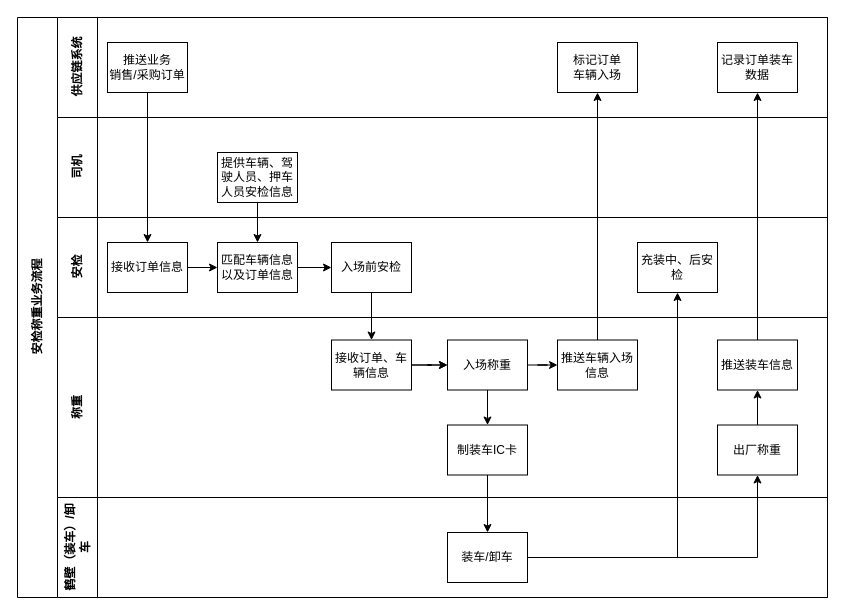
The draw.io diagram 安检称重业务流程.drawio in daijingjing/daijingjing.github.io, before the edit. Source tidied: cells renumbered, new cells numbered last; positions are measured from the earlier drawing's top-left corner, leaving out a move shared by most shapes. Both pictures are drawn from the tidied source at 100%, with x=0, y=0 at pixel (17, 17).
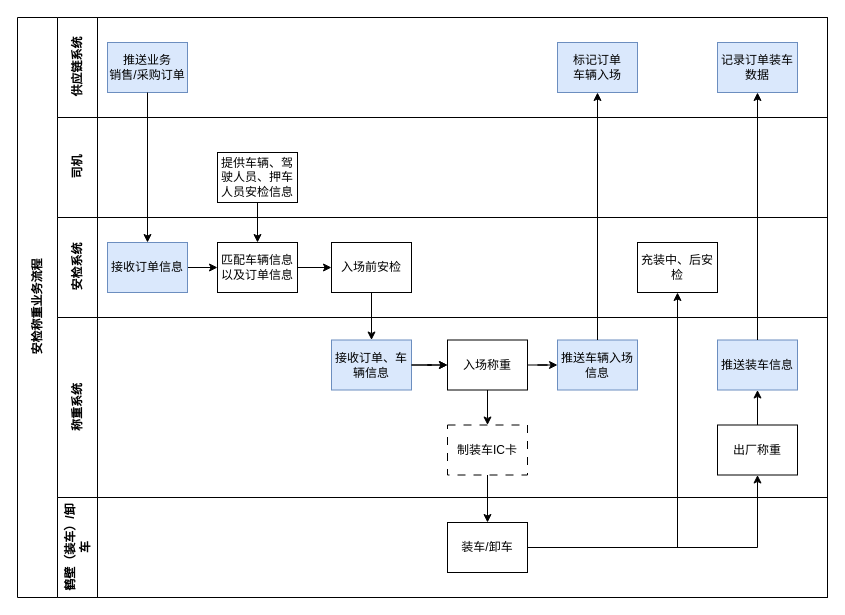
After the change.

Commit message (it also covers changes not shown here):
更新安检称重业务流程.drawio

Unchanged cells that the change refers to:
```xml
<mxCell id="2" value="安检称重业务流程" style="swimlane;html=1;horizontal=0;startSize=40;" parent="1" vertex="1">
  <mxGeometry width="810" height="580" as="geometry" />
</mxCell>
<mxCell id="3" value="供应链系统" style="swimlane;html=1;startSize=40;horizontal=0;" parent="2" vertex="1">
  <mxGeometry x="40" width="770" height="100" as="geometry" />
</mxCell>
<mxCell id="33" value="鹤壁（装车）/卸车" style="swimlane;horizontal=0;whiteSpace=wrap;html=1;startSize=40;" parent="2" vertex="1">
  <mxGeometry x="40" y="480" width="770" height="100" as="geometry" />
</mxCell>
```

Change to the diagram source:
```diff
@@
-    <mxCell id="4" value="推送业务&lt;div&gt;销售/采购订单&lt;/div&gt;" style="rounded=0;whiteSpace=wrap;html=1;fontFamily=Helvetica;fontSize=12;fontColor=#000000;align=center;" parent="3" vertex="1">
+    <mxCell id="4" value="推送业务&lt;div&gt;销售/采购订单&lt;/div&gt;" style="rounded=0;whiteSpace=wrap;html=1;fontFamily=Helvetica;fontSize=12;align=center;fillColor=#dae8fc;strokeColor=#6c8ebf;" parent="3" vertex="1">
       <mxGeometry x="50" y="25" width="80" height="50" as="geometry" />
     </mxCell>
-    <mxCell id="5" value="标记订单&lt;div&gt;车辆入场&lt;/div&gt;" style="whiteSpace=wrap;html=1;fontColor=#000000;rounded=0;" parent="3" vertex="1">
+    <mxCell id="5" value="标记订单&lt;div&gt;车辆入场&lt;/div&gt;" style="whiteSpace=wrap;html=1;rounded=0;fillColor=#dae8fc;strokeColor=#6c8ebf;" parent="3" vertex="1">
       <mxGeometry x="500" y="25" width="80" height="50" as="geometry" />
     </mxCell>
-    <mxCell id="6" value="记录订单装车数据" style="whiteSpace=wrap;html=1;fontColor=#000000;rounded=0;" parent="3" vertex="1">
+    <mxCell id="6" value="记录订单装车数据" style="whiteSpace=wrap;html=1;rounded=0;fillColor=#dae8fc;strokeColor=#6c8ebf;" parent="3" vertex="1">
       <mxGeometry x="660" y="25" width="80" height="50" as="geometry" />
     </mxCell>
@@
-    <mxCell id="9" value="安检" style="swimlane;html=1;startSize=40;horizontal=0;" parent="2" vertex="1">
+    <mxCell id="9" value="安检系统" style="swimlane;html=1;startSize=40;horizontal=0;" parent="2" vertex="1">
       <mxGeometry x="40" y="200" width="770" height="100" as="geometry" />
     </mxCell>
@@
-    <mxCell id="11" value="接收订单信息" style="rounded=0;whiteSpace=wrap;html=1;fontFamily=Helvetica;fontSize=12;fontColor=#000000;align=center;" parent="9" vertex="1">
+    <mxCell id="11" value="接收订单信息" style="rounded=0;whiteSpace=wrap;html=1;fontFamily=Helvetica;fontSize=12;align=center;fillColor=#dae8fc;strokeColor=#6c8ebf;" parent="9" vertex="1">
       <mxGeometry x="50" y="25" width="80" height="50" as="geometry" />
     </mxCell>
@@
-    <mxCell id="16" value="称重" style="swimlane;horizontal=0;whiteSpace=wrap;html=1;startSize=40;" parent="2" vertex="1">
+    <mxCell id="16" value="称重系统" style="swimlane;horizontal=0;whiteSpace=wrap;html=1;startSize=40;" parent="2" vertex="1">
       <mxGeometry x="40" y="300" width="770" height="180" as="geometry" />
     </mxCell>
-    <mxCell id="17" value="接收订单、车辆信息" style="rounded=0;whiteSpace=wrap;html=1;fontFamily=Helvetica;fontSize=12;fontColor=#000000;align=center;" parent="16" vertex="1">
+    <mxCell id="17" value="接收订单、车辆信息" style="rounded=0;whiteSpace=wrap;html=1;fontFamily=Helvetica;fontSize=12;align=center;fillColor=#dae8fc;strokeColor=#6c8ebf;" parent="16" vertex="1">
       <mxGeometry x="274" y="22.5" width="80" height="50" as="geometry" />
     </mxCell>
@@
-    <mxCell id="22" value="制装车IC卡" style="whiteSpace=wrap;html=1;fontColor=#000000;rounded=0;" parent="16" vertex="1">
+    <mxCell id="22" value="制装车IC卡" style="whiteSpace=wrap;html=1;fontColor=#000000;rounded=0;dashed=1;dashPattern=8 8;" parent="16" vertex="1">
       <mxGeometry x="390" y="107.5" width="80" height="50" as="geometry" />
     </mxCell>
@@
-    <mxCell id="25" value="推送车辆入场信息" style="whiteSpace=wrap;html=1;fontColor=#000000;rounded=0;" parent="16" vertex="1">
+    <mxCell id="25" value="推送车辆入场信息" style="whiteSpace=wrap;html=1;rounded=0;glass=0;shadow=0;fillColor=#dae8fc;strokeColor=#6c8ebf;" parent="16" vertex="1">
       <mxGeometry x="500" y="22.5" width="80" height="50" as="geometry" />
     </mxCell>
-    <mxCell id="26" value="推送装车信息" style="whiteSpace=wrap;html=1;fontColor=#000000;rounded=0;" parent="16" vertex="1">
+    <mxCell id="26" value="推送装车信息" style="whiteSpace=wrap;html=1;rounded=0;fillColor=#dae8fc;strokeColor=#6c8ebf;" parent="16" vertex="1">
       <mxGeometry x="660" y="22.5" width="80" height="50" as="geometry" />
     </mxCell>
@@
     <mxCell id="34" value="装车/卸车" style="whiteSpace=wrap;html=1;fontColor=#000000;rounded=0;" parent="33" vertex="1">
-      <mxGeometry x="390" y="35" width="80" height="50" as="geometry" />
+      <mxGeometry x="390" y="25" width="80" height="50" as="geometry" />
     </mxCell>
```
